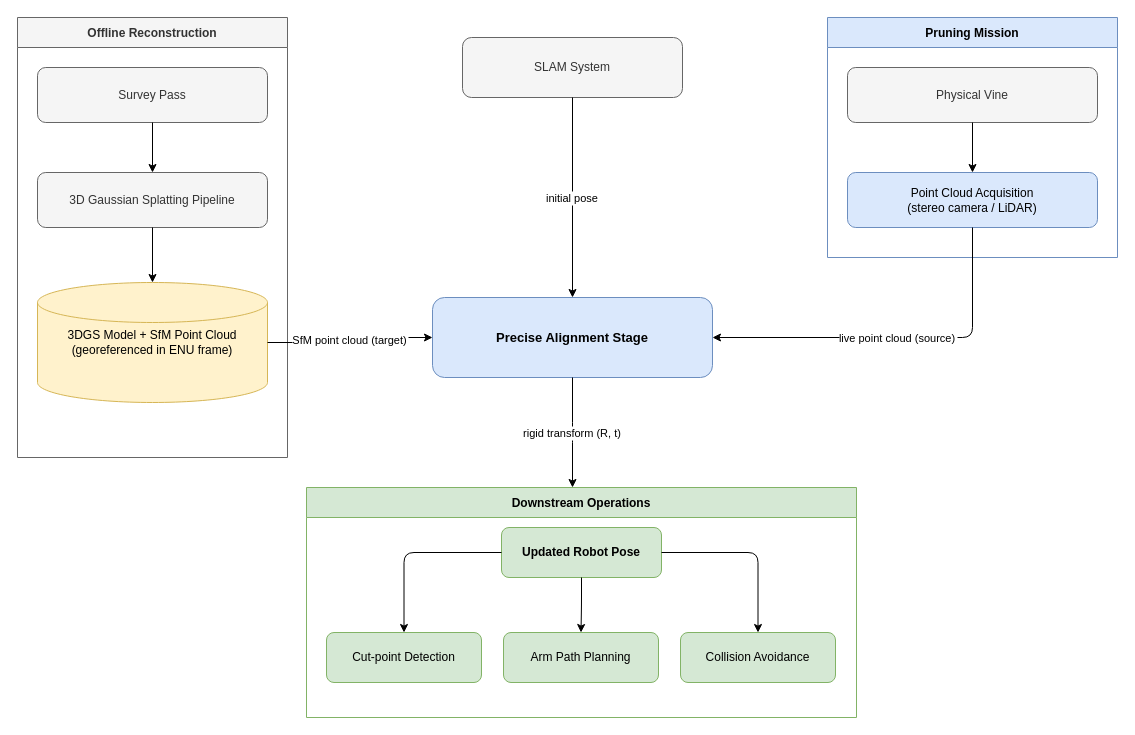
This is 4-precise-alignment/4-intro/figures/pa-system-context.drawio from pstenge/masters-thesis, a draw.io file, before an edit. Source tidied: cells renumbered, new cells numbered last; positions are measured from the earlier drawing's top-left corner, leaving out a move shared by most shapes. Both pictures are drawn from the tidied source at 100%, with x=0, y=0 at pixel (17, 17).
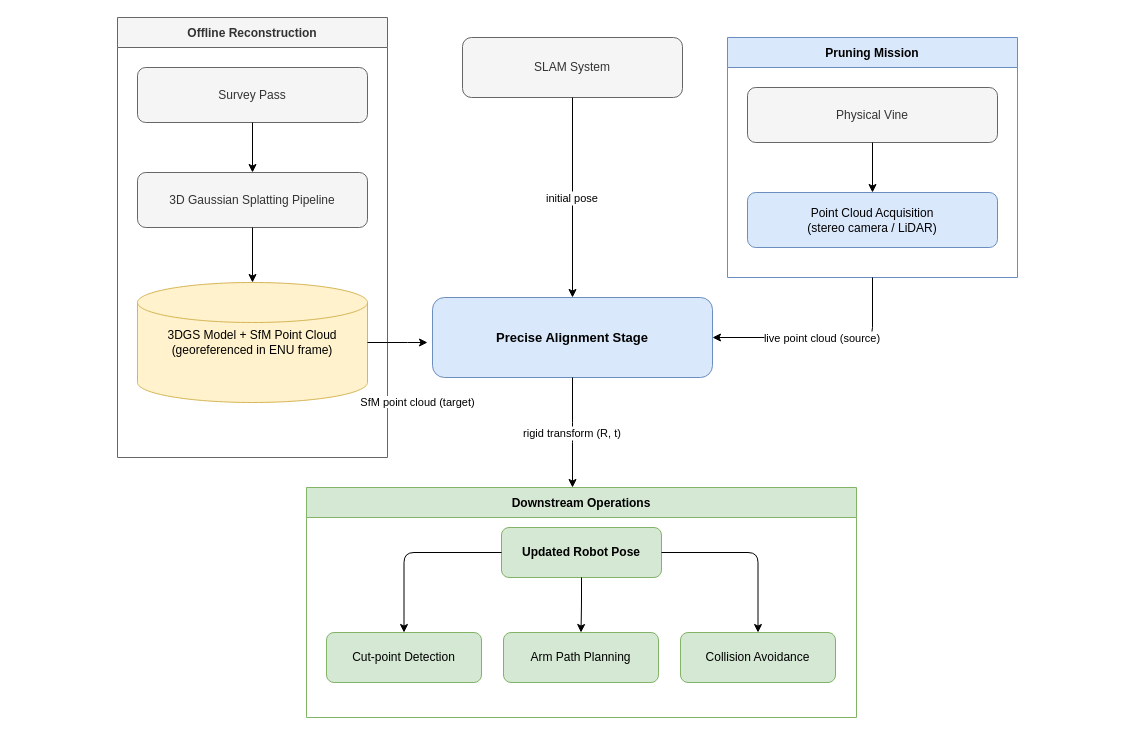
The same diagram, later.

The change refers to these unchanged cells:
```xml
<mxCell id="5" value="3DGS Model + SfM Point Cloud&lt;br&gt;(georeferenced in ENU frame)" style="shape=mxgraph.flowchart.database;whiteSpace=wrap;html=1;fillColor=#fff2cc;strokeColor=#d6b656;" parent="2" vertex="1">
  <mxGeometry x="20" y="265" width="230" height="120" as="geometry" />
</mxCell>
<mxCell id="7" value="Precise Alignment Stage" style="rounded=1;whiteSpace=wrap;html=1;fillColor=#dae8fc;strokeColor=#6c8ebf;fontStyle=1;fontSize=13;" parent="1" vertex="1">
  <mxGeometry x="415" y="280" width="280" height="80" as="geometry" />
</mxCell>
<mxCell id="10" value="Point Cloud Acquisition&lt;br&gt;(stereo camera / LiDAR)" style="rounded=1;whiteSpace=wrap;html=1;fillColor=#dae8fc;strokeColor=#6c8ebf;" parent="8" vertex="1">
  <mxGeometry x="20" y="155" width="250" height="55" as="geometry" />
</mxCell>
```

Change to the diagram source:
```diff
@@
     <mxCell id="2" value="Offline Reconstruction" style="swimlane;startSize=30;fillColor=#f5f5f5;strokeColor=#666666;fontColor=#333333;fontStyle=1;fontSize=12;" parent="1" vertex="1">
-      <mxGeometry width="270" height="440" as="geometry" />
+      <mxGeometry x="100" width="270" height="440" as="geometry" />
     </mxCell>
@@
     <mxCell id="8" value="Pruning Mission" style="swimlane;startSize=30;fillColor=#dae8fc;strokeColor=#6c8ebf;fontStyle=1;fontSize=12;" parent="1" vertex="1">
-      <mxGeometry x="810" width="290" height="240" as="geometry" />
+      <mxGeometry x="710" y="20" width="290" height="240" as="geometry" />
     </mxCell>
@@
-    <mxCell id="19" value="SfM point cloud (target)" style="edgeStyle=orthogonalEdgeStyle;" parent="1" edge="1" source="5" target="7">
-      <mxGeometry relative="1" as="geometry" />
+    <mxCell id="19" style="edgeStyle=orthogonalEdgeStyle;" parent="1" edge="1" source="5">
+      <mxGeometry x="0.01" relative="1" as="geometry">
+        <mxPoint x="410" y="325" as="targetPoint" />
+      </mxGeometry>
     </mxCell>
-    <mxCell id="20" value="live point cloud (source)" style="edgeStyle=orthogonalEdgeStyle;entryX=1;entryY=0.5;entryDx=0;entryDy=0;" parent="1" edge="1" source="10" target="7">
+    <mxCell id="20" value="live point cloud (source)" style="edgeStyle=orthogonalEdgeStyle;entryX=1;entryY=0.5;entryDx=0;entryDy=0;exitX=0.5;exitY=1;exitDx=0;exitDy=0;" parent="1" edge="1" source="8" target="7">
       <mxGeometry relative="1" as="geometry">
         <Array as="points">
-          <mxPoint x="955" y="320" />
+          <mxPoint x="855" y="320" />
         </Array>
       </mxGeometry>
     </mxCell>
@@
+    <mxCell id="26" value="&lt;span style=&quot;color: rgb(0, 0, 0); font-size: 11px; background-color: rgb(255, 255, 255);&quot;&gt;SfM point cloud (target)&lt;/span&gt;" style="text;html=1;align=center;verticalAlign=middle;strokeColor=none;fillColor=none;" parent="1" vertex="1">
+      <mxGeometry x="330" y="370" width="140" height="30" as="geometry" />
+    </mxCell>
```
